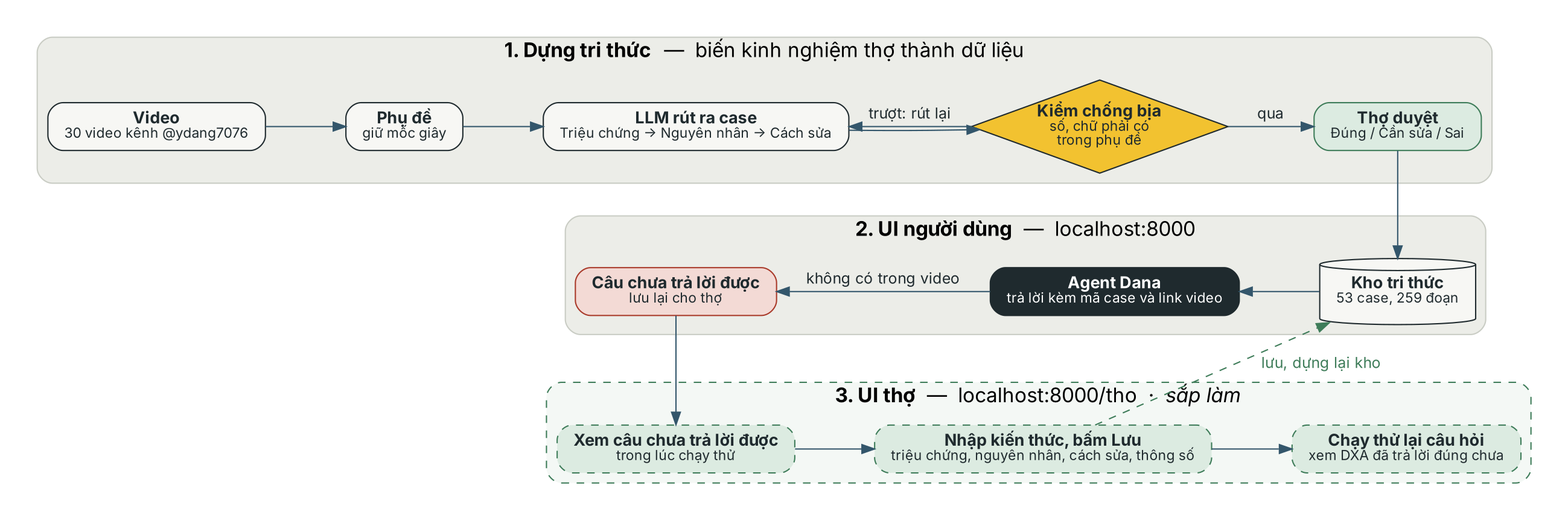
ydangishere/dev-projects keeps this Graphviz diagram as dxa-automative-agent_dana/docs/pipeline.png. Above is the earlier version. Its source is kept beside it as dxa-automative-agent_dana/docs/pipeline.dot.
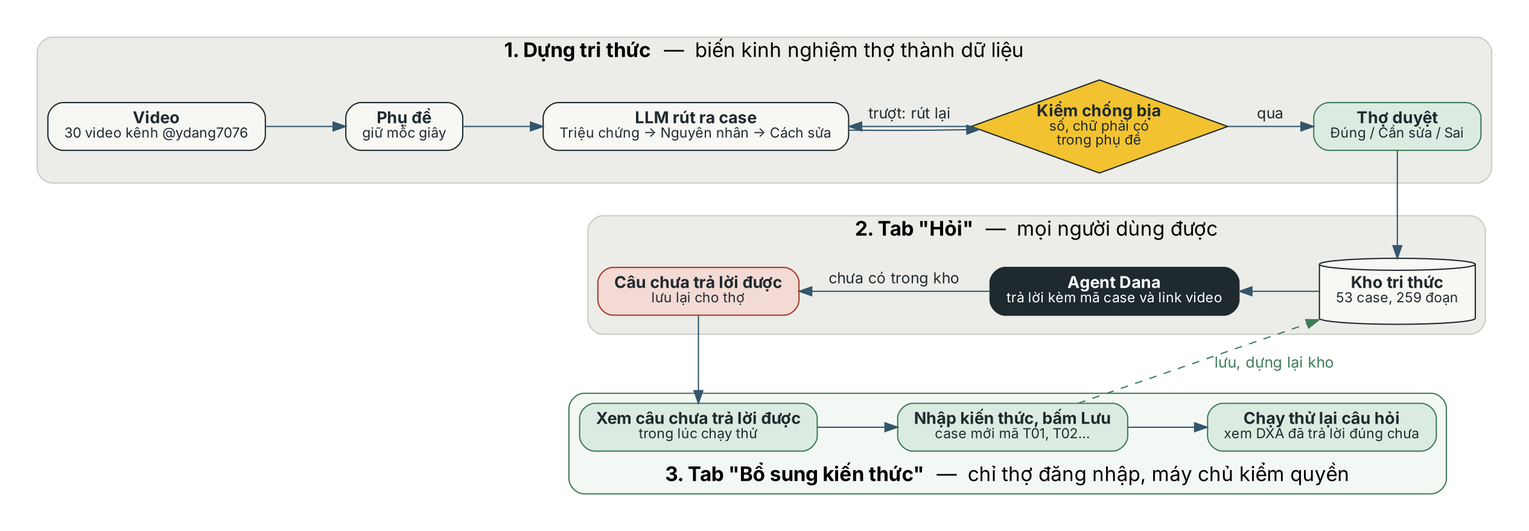
Above is the later version.

Change to the diagram source:
```diff
@@ -13,17 +13,17 @@
   }
 
   subgraph cluster_run {
-    label=<<b>2. UI người dùng</b>  —  localhost:8000>; style="rounded,filled"; fillcolor="#ECEDE8"; color="#C9CCC4";
+    label=<<b>2. Tab "Hỏi"</b>  —  mọi người dùng được>; style="rounded,filled"; fillcolor="#ECEDE8"; color="#C9CCC4";
     K [label=<<b>Kho tri thức</b><br/><font point-size="11">53 case, 259 đoạn</font>>, shape=cylinder, style="filled"];
     A [label=<<b>Agent Dana</b><br/><font point-size="11">trả lời kèm mã case và link video</font>>, fillcolor="#1F2A2E", fontcolor="white"];
     U [label=<<b>Câu chưa trả lời được</b><br/><font point-size="11">lưu lại cho thợ</font>>, fillcolor="#F3DAD5", color="#A93A2A"];
   }
 
   subgraph cluster_expert {
-    label=<<b>3. UI thợ</b>  —  localhost:8000/tho  ·  <i>sắp làm</i>>; style="rounded,filled,dashed"; fillcolor="#F4F8F5"; color="#3E7C59";
-    E1 [label=<<b>Xem câu chưa trả lời được</b><br/><font point-size="11">trong lúc chạy thử</font>>, style="rounded,filled,dashed", fillcolor="#DCEBE1", color="#3E7C59"];
-    E2 [label=<<b>Nhập kiến thức, bấm Lưu</b><br/><font point-size="11">triệu chứng, nguyên nhân, cách sửa, thông số</font>>, style="rounded,filled,dashed", fillcolor="#DCEBE1", color="#3E7C59"];
-    E3 [label=<<b>Chạy thử lại câu hỏi</b><br/><font point-size="11">xem DXA đã trả lời đúng chưa</font>>, style="rounded,filled,dashed", fillcolor="#DCEBE1", color="#3E7C59"];
+    label=<<b>3. Tab "Bổ sung kiến thức"</b>  —  chỉ thợ đăng nhập, máy chủ kiểm quyền>; labelloc="b"; style="rounded,filled"; fillcolor="#F4F8F5"; color="#3E7C59";
+    E1 [label=<<b>Xem câu chưa trả lời được</b><br/><font point-size="11">trong lúc chạy thử</font>>, fillcolor="#DCEBE1", color="#3E7C59"];
+    E2 [label=<<b>Nhập kiến thức, bấm Lưu</b><br/><font point-size="11">case mới mã T01, T02…</font>>, fillcolor="#DCEBE1", color="#3E7C59"];
+    E3 [label=<<b>Chạy thử lại câu hỏi</b><br/><font point-size="11">xem DXA đã trả lời đúng chưa</font>>, fillcolor="#DCEBE1", color="#3E7C59"];
   }
 
   { rank=same; V; P; L; C; T; }
@@ -35,7 +35,7 @@
   C -> L [label="trượt: rút lại", constraint=false];
   T -> K;
   A -> K [dir=back];
-  U -> A [dir=back, label="  không có trong video  "];
+  U -> A [dir=back, label="  chưa có trong kho  "];
   U -> E1;
   E1 -> E2 -> E3;
   E2 -> K [style=dashed, color="#3E7C59", fontcolor="#3E7C59", label="  lưu, dựng lại kho  ", constraint=false];
```
